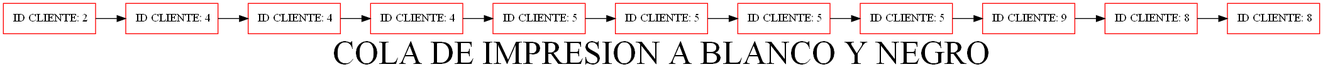
Earlier version of the Graphviz export colabw.png (hugosmhd/EDD_UDRAWING_202002793). Its source is kept beside it as colabw.dot. Source of this version:
```dot
digraph G {
node[shape=box, color=red];
label="COLA DE IMPRESION A BLANCO Y NEGRO";
fontsize = 40;
nodo1149319664[label=" ID CLIENTE: 2"]
nodo2093631819[label=" ID CLIENTE: 4"]
nodo2074407503[label=" ID CLIENTE: 4"]
nodo999966131[label=" ID CLIENTE: 4"]
nodo1989780873[label=" ID CLIENTE: 5"]
nodo1480010240[label=" ID CLIENTE: 5"]
nodo81628611[label=" ID CLIENTE: 5"]
nodo1828972342[label=" ID CLIENTE: 5"]
nodo1452126962[label=" ID CLIENTE: 9"]
nodo931919113[label=" ID CLIENTE: 8"]
nodo1607521710[label=" ID CLIENTE: 8"]
nodo1149319664 -> nodo2093631819;
nodo2093631819 -> nodo2074407503;
nodo2074407503 -> nodo999966131;
nodo999966131 -> nodo1989780873;
nodo1989780873 -> nodo1480010240;
nodo1480010240 -> nodo81628611;
nodo81628611 -> nodo1828972342;
nodo1828972342 -> nodo1452126962;
nodo1452126962 -> nodo931919113;
nodo931919113 -> nodo1607521710;
rankdir=LR;
}
```
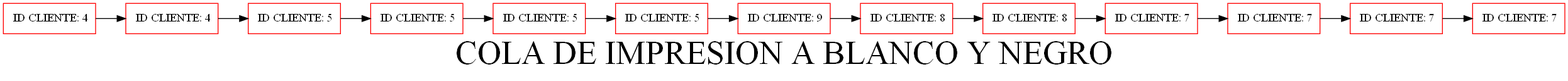
The same diagram one commit later.

The edit, as a diff of the source:
```diff
@@ -2,26 +2,30 @@
 node[shape=box, color=red];
 label="COLA DE IMPRESION A BLANCO Y NEGRO";
 fontsize = 40;
-nodo1149319664[label=" ID CLIENTE: 2"]
-nodo2093631819[label=" ID CLIENTE: 4"]
-nodo2074407503[label=" ID CLIENTE: 4"]
-nodo999966131[label=" ID CLIENTE: 4"]
-nodo1989780873[label=" ID CLIENTE: 5"]
-nodo1480010240[label=" ID CLIENTE: 5"]
-nodo81628611[label=" ID CLIENTE: 5"]
-nodo1828972342[label=" ID CLIENTE: 5"]
-nodo1452126962[label=" ID CLIENTE: 9"]
-nodo931919113[label=" ID CLIENTE: 8"]
-nodo1607521710[label=" ID CLIENTE: 8"]
-nodo1149319664 -> nodo2093631819;
-nodo2093631819 -> nodo2074407503;
-nodo2074407503 -> nodo999966131;
-nodo999966131 -> nodo1989780873;
-nodo1989780873 -> nodo1480010240;
-nodo1480010240 -> nodo81628611;
-nodo81628611 -> nodo1828972342;
-nodo1828972342 -> nodo1452126962;
-nodo1452126962 -> nodo931919113;
-nodo931919113 -> nodo1607521710;
+nodo664223387[label=" ID CLIENTE: 4"]
+nodo824909230[label=" ID CLIENTE: 4"]
+nodo122883338[label=" ID CLIENTE: 5"]
+nodo666641942[label=" ID CLIENTE: 5"]
+nodo960604060[label=" ID CLIENTE: 5"]
+nodo1349393271[label=" ID CLIENTE: 5"]
+nodo1338668845[label=" ID CLIENTE: 9"]
+nodo159413332[label=" ID CLIENTE: 8"]
+nodo1028214719[label=" ID CLIENTE: 8"]
+nodo500977346[label=" ID CLIENTE: 7"]
+nodo20132171[label=" ID CLIENTE: 7"]
+nodo186370029[label=" ID CLIENTE: 7"]
+nodo2094548358[label=" ID CLIENTE: 7"]
+nodo664223387 -> nodo824909230;
+nodo824909230 -> nodo122883338;
+nodo122883338 -> nodo666641942;
+nodo666641942 -> nodo960604060;
+nodo960604060 -> nodo1349393271;
+nodo1349393271 -> nodo1338668845;
+nodo1338668845 -> nodo159413332;
+nodo159413332 -> nodo1028214719;
+nodo1028214719 -> nodo500977346;
+nodo500977346 -> nodo20132171;
+nodo20132171 -> nodo186370029;
+nodo186370029 -> nodo2094548358;
 rankdir=LR;
 }
```
